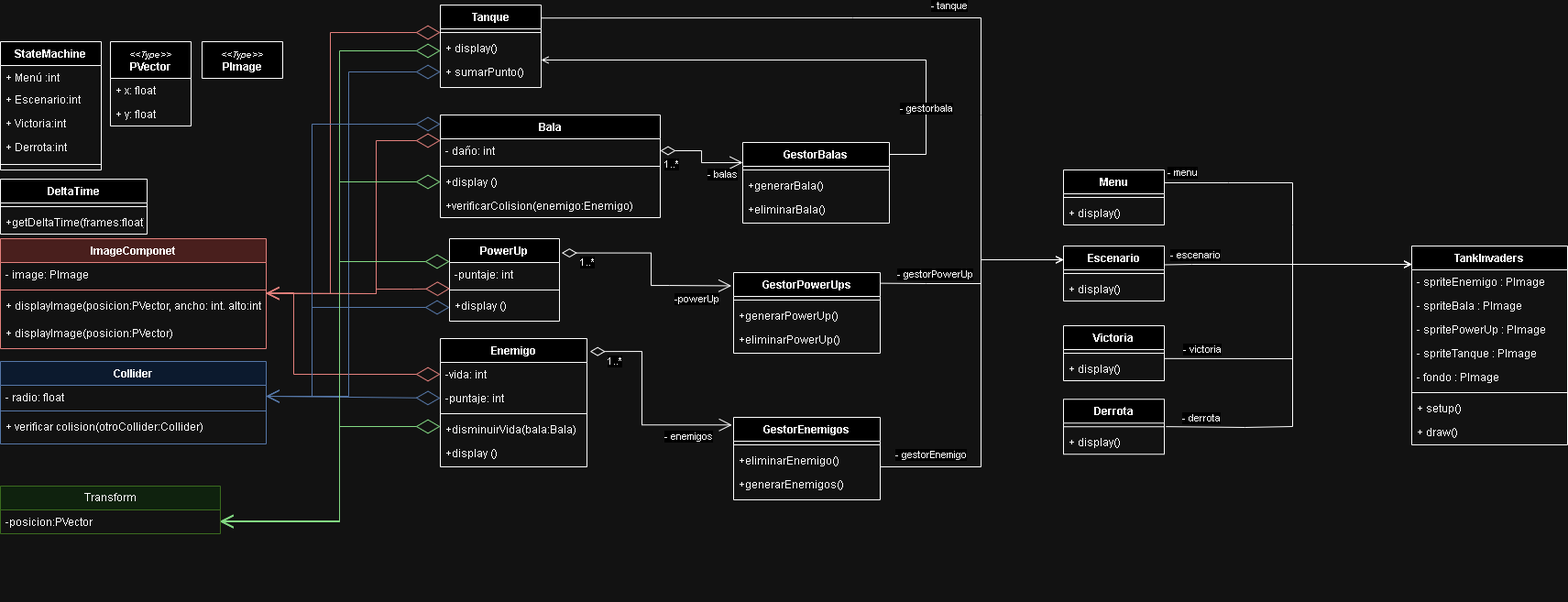
The draw.io diagram DiagramaDeCLases_TankInvader.png in EstebanIbz/TrabajoIntegrador, before a commit. Source tidied: cells renumbered, new cells last; positions are measured from the earlier drawing's top-left corner, leaving out a move shared by most shapes.
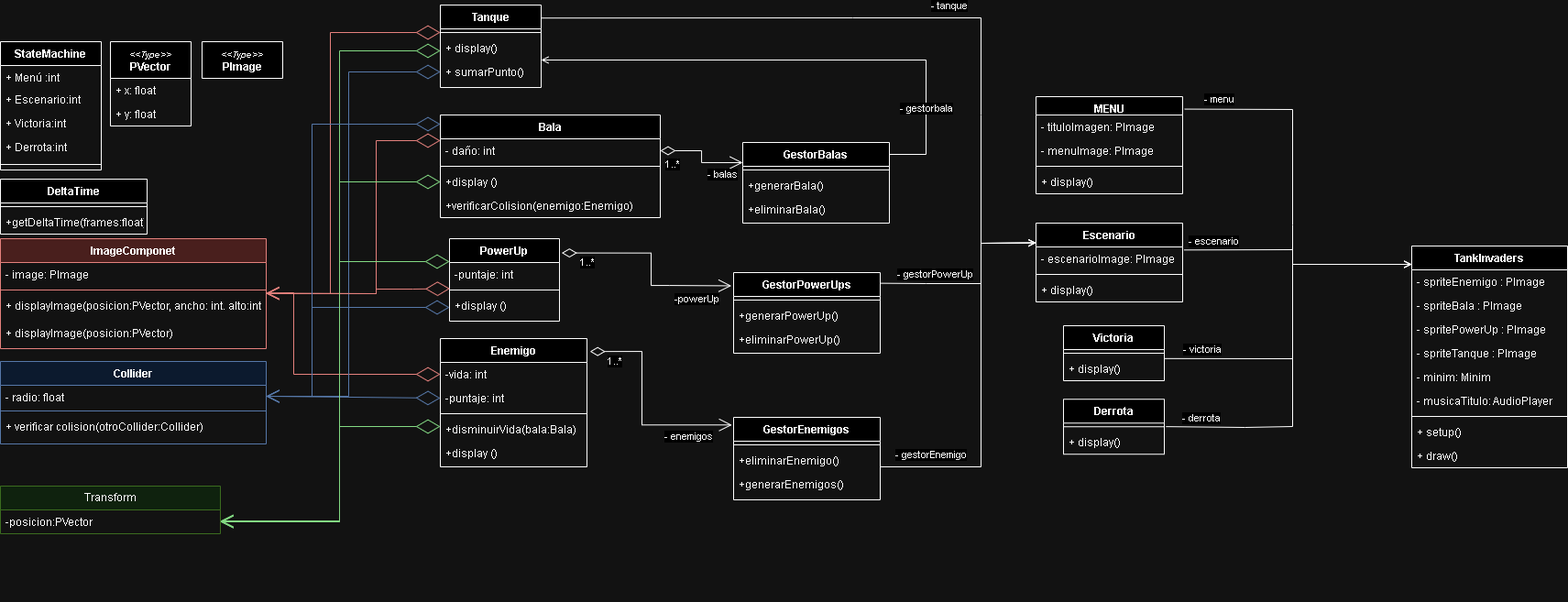
The same file after the commit.

Commit message:
actualizacion de comentarios y Menu

Change to the diagram source:
```diff
@@ -3,7 +3,7 @@
     <mxCell id="0" />
     <mxCell id="1" parent="0" />
     <mxCell id="2" value="TankInvaders" style="swimlane;fontStyle=1;align=center;verticalAlign=top;horizontal=1;startSize=26;rounded=0;shadow=0;strokeWidth=1;" parent="1" vertex="1">
-      <mxGeometry x="1540" y="263" width="170" height="217" as="geometry" />
+      <mxGeometry x="1540" y="263" width="170" height="242" as="geometry" />
     </mxCell>
     <mxCell id="3" value="- spriteEnemigo : PImage" style="text;strokeColor=none;fillColor=none;align=left;verticalAlign=top;spacingLeft=4;spacingRight=4;overflow=hidden;whiteSpace=wrap;html=1;" parent="2" vertex="1">
       <mxGeometry y="26" width="170" height="26" as="geometry" />
@@ -17,17 +17,20 @@
     <mxCell id="6" value="- spriteTanque : PImage" style="text;strokeColor=none;fillColor=none;align=left;verticalAlign=top;spacingLeft=4;spacingRight=4;overflow=hidden;whiteSpace=wrap;html=1;" parent="2" vertex="1">
       <mxGeometry y="104" width="170" height="26" as="geometry" />
     </mxCell>
-    <mxCell id="7" value="- fondo : PImage" style="text;strokeColor=none;fillColor=none;align=left;verticalAlign=top;spacingLeft=4;spacingRight=4;overflow=hidden;whiteSpace=wrap;html=1;" parent="2" vertex="1">
-      <mxGeometry y="130" width="170" height="26" as="geometry" />
-    </mxCell>
+    <mxCell id="128" value="- minim: Minim" style="text;strokeColor=none;fillColor=none;align=left;verticalAlign=top;spacingLeft=4;spacingRight=4;overflow=hidden;whiteSpace=wrap;html=1;" parent="2" vertex="1">
+      <mxGeometry y="130" width="170" height="26" as="geometry" />
+    </mxCell>
+    <mxCell id="129" value="- musicaTitulo: AudioPlayer" style="text;strokeColor=none;fillColor=none;align=left;verticalAlign=top;spacingLeft=4;spacingRight=4;overflow=hidden;whiteSpace=wrap;html=1;" parent="2" vertex="1">
+      <mxGeometry y="156" width="170" height="26" as="geometry" />
+    </mxCell>
     <mxCell id="8" style="line;html=1;strokeWidth=1;align=left;verticalAlign=middle;spacingTop=-1;spacingLeft=3;spacingRight=3;labelPosition=right;" parent="2" vertex="1">
-      <mxGeometry y="156" width="170" height="8" as="geometry" />
+      <mxGeometry y="182" width="170" height="8" as="geometry" />
     </mxCell>
     <mxCell id="9" value="+ setup()" style="text;align=left;verticalAlign=top;spacingLeft=4;spacingRight=4;overflow=hidden;" parent="2" vertex="1">
-      <mxGeometry y="164" width="170" height="26" as="geometry" />
+      <mxGeometry y="190" width="170" height="26" as="geometry" />
     </mxCell>
     <mxCell id="10" value="+ draw()" style="text;align=left;verticalAlign=top;spacingLeft=4;spacingRight=4;overflow=hidden;" parent="2" vertex="1">
-      <mxGeometry y="190" width="170" height="26" as="geometry" />
+      <mxGeometry y="216" width="170" height="26" as="geometry" />
     </mxCell>
     <mxCell id="11" style="edgeStyle=none;curved=1;rounded=0;orthogonalLoop=1;jettySize=auto;html=1;entryX=0.942;entryY=0.997;entryDx=0;entryDy=0;entryPerimeter=0;fontSize=12;startSize=8;endSize=8;" parent="2" edge="1">
       <mxGeometry relative="1" as="geometry">
@@ -201,7 +204,7 @@
       <mxGeometry x="220" y="40" width="88" height="40" as="geometry" />
     </mxCell>
     <mxCell id="61" value="Escenario" style="swimlane;fontStyle=1;align=center;verticalAlign=top;horizontal=1;startSize=26;rounded=0;shadow=0;strokeWidth=1;" parent="1" vertex="1">
-      <mxGeometry x="1160" y="263" width="110" height="60" as="geometry" />
+      <mxGeometry x="1130" y="238" width="160" height="86" as="geometry" />
     </mxCell>
     <mxCell id="62" style="edgeStyle=none;curved=1;rounded=0;orthogonalLoop=1;jettySize=auto;html=1;entryX=0.942;entryY=0.997;entryDx=0;entryDy=0;entryPerimeter=0;fontSize=12;startSize=8;endSize=8;" parent="61" edge="1">
       <mxGeometry relative="1" as="geometry">
@@ -209,8 +212,11 @@
         <mxPoint x="230.7" y="186.2" as="targetPoint" />
       </mxGeometry>
     </mxCell>
+    <mxCell id="130" value="- escenarioImage&lt;span style=&quot;background-color: initial;&quot;&gt;: PImage&lt;/span&gt;" style="text;strokeColor=none;fillColor=none;align=left;verticalAlign=top;spacingLeft=4;spacingRight=4;overflow=hidden;whiteSpace=wrap;html=1;" parent="61" vertex="1">
+      <mxGeometry y="26" width="160" height="26" as="geometry" />
+    </mxCell>
     <mxCell id="63" style="line;html=1;strokeWidth=1;align=left;verticalAlign=middle;spacingTop=-1;spacingLeft=3;spacingRight=3;labelPosition=right;" parent="61" vertex="1">
-      <mxGeometry y="26" width="110" height="8" as="geometry" />
+      <mxGeometry y="52" width="160" height="8" as="geometry" />
     </mxCell>
     <mxCell id="64" style="edgeStyle=none;curved=1;rounded=0;orthogonalLoop=1;jettySize=auto;html=1;entryX=0.942;entryY=0.997;entryDx=0;entryDy=0;entryPerimeter=0;fontSize=12;startSize=8;endSize=8;" parent="61" edge="1">
       <mxGeometry relative="1" as="geometry">
@@ -225,7 +231,7 @@
       </mxGeometry>
     </mxCell>
     <mxCell id="66" value="+ display()" style="text;align=left;verticalAlign=top;spacingLeft=4;spacingRight=4;overflow=hidden;" parent="61" vertex="1">
-      <mxGeometry y="34" width="110" height="26" as="geometry" />
+      <mxGeometry y="60" width="160" height="26" as="geometry" />
     </mxCell>
     <mxCell id="67" value="Collider" style="swimlane;fontStyle=1;align=center;verticalAlign=top;horizontal=1;startSize=26;whiteSpace=wrap;html=1;fillColor=#dae8fc;strokeColor=#6c8ebf;" parent="1" vertex="1">
       <mxGeometry y="389" width="290" height="90" as="geometry" />
@@ -249,14 +255,20 @@
         </Array>
       </mxGeometry>
     </mxCell>
-    <mxCell id="72" value="Menu" style="swimlane;fontStyle=1;align=center;verticalAlign=top;horizontal=1;startSize=26;rounded=0;shadow=0;strokeWidth=1;" parent="1" vertex="1">
-      <mxGeometry x="1160" y="180" width="110" height="60" as="geometry" />
+    <mxCell id="72" value="MENU" style="swimlane;fontStyle=1;align=center;verticalAlign=top;horizontal=1;startSize=20;rounded=0;shadow=0;strokeWidth=1;" parent="1" vertex="1">
+      <mxGeometry x="1130" y="100" width="160" height="106" as="geometry" />
     </mxCell>
+    <mxCell id="131" value="- tituloImagen: PImage" style="text;strokeColor=none;fillColor=none;align=left;verticalAlign=top;spacingLeft=4;spacingRight=4;overflow=hidden;whiteSpace=wrap;html=1;" parent="72" vertex="1">
+      <mxGeometry y="20" width="160" height="26" as="geometry" />
+    </mxCell>
+    <mxCell id="7" value="- menuImage: PImage" style="text;strokeColor=none;fillColor=none;align=left;verticalAlign=top;spacingLeft=4;spacingRight=4;overflow=hidden;whiteSpace=wrap;html=1;" parent="72" vertex="1">
+      <mxGeometry y="46" width="160" height="26" as="geometry" />
+    </mxCell>
     <mxCell id="73" style="line;html=1;strokeWidth=1;align=left;verticalAlign=middle;spacingTop=-1;spacingLeft=3;spacingRight=3;labelPosition=right;" parent="72" vertex="1">
-      <mxGeometry y="26" width="110" height="8" as="geometry" />
+      <mxGeometry y="72" width="160" height="8" as="geometry" />
     </mxCell>
     <mxCell id="74" value="+ display()" style="text;align=left;verticalAlign=top;spacingLeft=4;spacingRight=4;overflow=hidden;" parent="72" vertex="1">
-      <mxGeometry y="34" width="110" height="26" as="geometry" />
+      <mxGeometry y="80" width="160" height="26" as="geometry" />
     </mxCell>
     <mxCell id="75" style="edgeStyle=none;curved=1;rounded=0;orthogonalLoop=1;jettySize=auto;html=1;entryX=0.942;entryY=0.997;entryDx=0;entryDy=0;entryPerimeter=0;fontSize=12;startSize=8;endSize=8;" parent="72" edge="1">
       <mxGeometry relative="1" as="geometry">
@@ -464,13 +476,11 @@
         <mxPoint x="-143" y="-27" as="offset" />
       </mxGeometry>
     </mxCell>
-    <mxCell id="112" style="endArrow=open;html=1;rounded=0;endFill=0;" parent="1" edge="1">
+    <mxCell id="112" style="endArrow=open;html=1;rounded=0;endFill=0;exitX=1.014;exitY=0.128;exitDx=0;exitDy=0;exitPerimeter=0;" parent="1" edge="1" source="72">
       <mxGeometry relative="1" as="geometry">
-        <mxPoint x="1270" y="194" as="sourcePoint" />
         <mxPoint x="1540" y="283" as="targetPoint" />
         <Array as="points">
-          <mxPoint x="1340" y="194" />
-          <mxPoint x="1410" y="194" />
+          <mxPoint x="1410" y="114" />
           <mxPoint x="1410" y="240" />
           <mxPoint x="1410" y="283" />
         </Array>
@@ -486,12 +496,9 @@
         </Array>
       </mxGeometry>
     </mxCell>
-    <mxCell id="114" style="endArrow=open;html=1;rounded=0;endFill=0;exitX=1.009;exitY=0.341;exitDx=0;exitDy=0;exitPerimeter=0;" parent="1" edge="1" source="61">
+    <mxCell id="114" style="endArrow=none;html=1;rounded=0;endFill=0;exitX=1.009;exitY=0.341;exitDx=0;exitDy=0;exitPerimeter=0;" parent="1" edge="1" source="61">
       <mxGeometry relative="1" as="geometry">
-        <mxPoint x="1540" y="283" as="targetPoint" />
-        <Array as="points">
-          <mxPoint x="1300" y="283" />
-        </Array>
+        <mxPoint x="1410" y="267" as="targetPoint" />
       </mxGeometry>
     </mxCell>
     <mxCell id="115" style="endArrow=open;html=1;rounded=0;exitX=1.001;exitY=0.07;exitDx=0;exitDy=0;exitPerimeter=0;endFill=0;" parent="1" edge="1" source="78">
@@ -504,7 +511,7 @@
       </mxGeometry>
     </mxCell>
     <mxCell id="116" value="- menu" style="edgeLabel;html=1;align=center;verticalAlign=middle;" parent="1" vertex="1">
-      <mxGeometry x="1290" y="180" as="geometry">
+      <mxGeometry x="1330" y="100" as="geometry">
         <mxPoint x="-1" y="2" as="offset" />
       </mxGeometry>
     </mxCell>
@@ -515,7 +522,7 @@
       <mxGeometry x="1310" y="375" as="geometry" />
     </mxCell>
     <mxCell id="119" value="- escenario" style="edgeLabel;html=1;align=center;verticalAlign=middle;" parent="1" vertex="1">
-      <mxGeometry x="1300" y="270" as="geometry">
+      <mxGeometry x="1320" y="255" as="geometry">
         <mxPoint x="3" y="2" as="offset" />
       </mxGeometry>
     </mxCell>
@@ -534,7 +541,7 @@
         <mxPoint x="960" y="504" as="sourcePoint" />
         <Array as="points">
           <mxPoint x="1070" y="504" />
-          <mxPoint x="1070" y="278" />
+          <mxPoint x="1070" y="260" />
         </Array>
       </mxGeometry>
     </mxCell>
@@ -543,7 +550,7 @@
         <Array as="points">
           <mxPoint x="1010" y="304" />
           <mxPoint x="1070" y="304" />
-          <mxPoint x="1070" y="278" />
+          <mxPoint x="1070" y="260" />
         </Array>
       </mxGeometry>
     </mxCell>
@@ -564,7 +571,7 @@
           <mxPoint x="930" y="14" />
           <mxPoint x="1070" y="14" />
           <mxPoint x="1070" y="120" />
-          <mxPoint x="1070" y="278" />
+          <mxPoint x="1070" y="260" />
         </Array>
       </mxGeometry>
     </mxCell>
```
